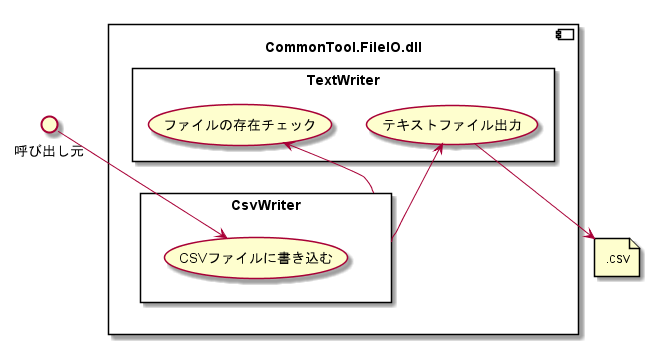
The PlantUML diagram doc/03_SubSystem別/CommonTool.FileIO/01_機能詳細/コンポーネント図_CsvWriter.png in hirorich/CommonTool, before a commit.
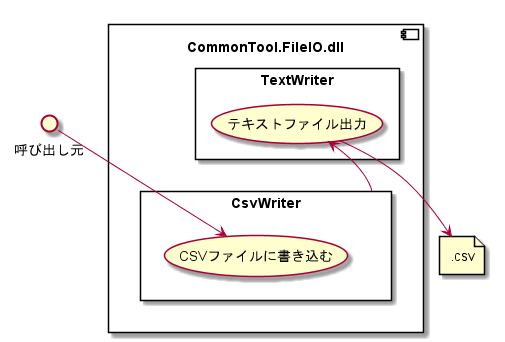
After the commit.

What changed in the source:
```diff
@@ -7,7 +7,6 @@
     (CSVファイルに書き込む)
   }
   rectangle TextWriter {
-    (ファイルの存在チェック)
     (テキストファイル出力)
   }
 }
@@ -16,9 +15,7 @@
 
 caller --> (CSVファイルに書き込む)
 
-(ファイルの存在チェック) <-- CsvWriter
 (テキストファイル出力) <-- CsvWriter
-
 (テキストファイル出力) --> CsvFile
 
 @enduml
```
